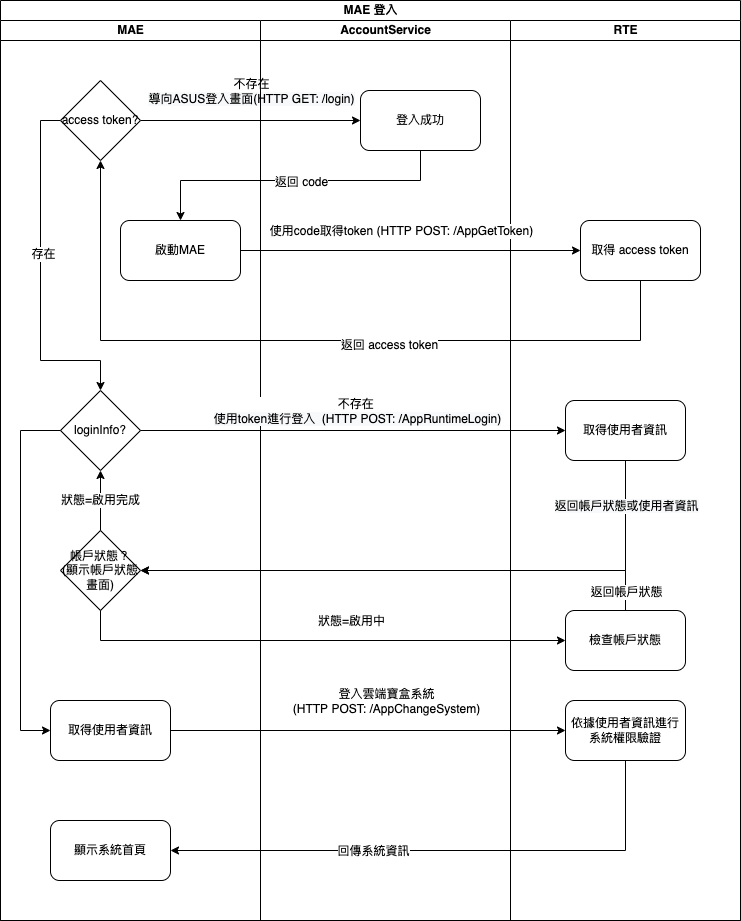
Above: asus/MAE/image/workflow_login.png in ArcareRD/sadocs (draw.io), before the change. Source tidied: cells renumbered, new cells last; positions are measured from the earlier drawing's top-left corner, leaving out a move shared by most shapes.
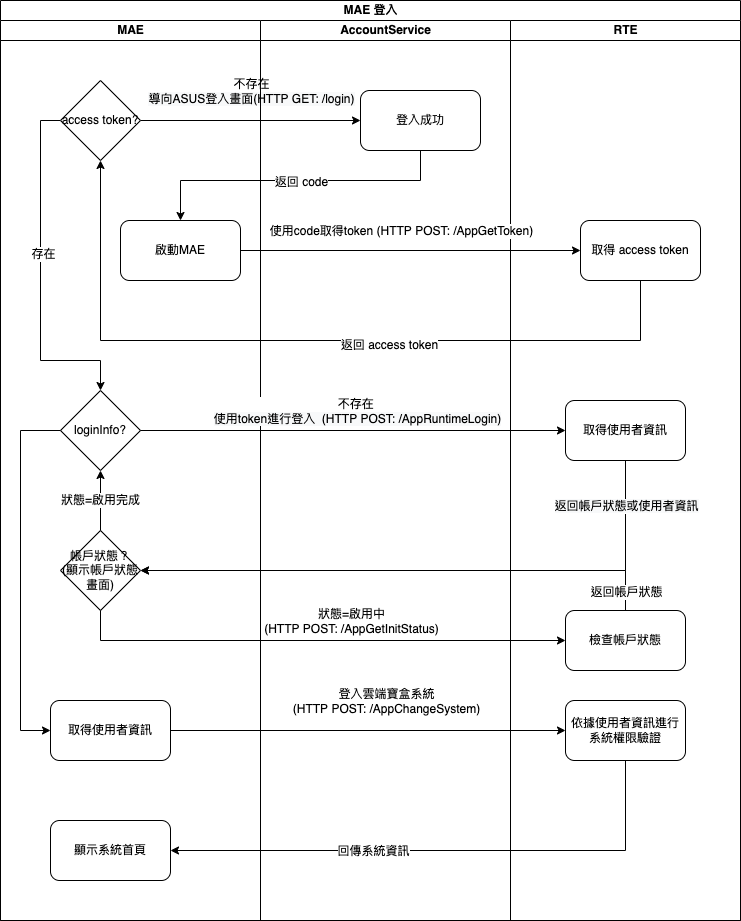
Above is the later version.

The edit, as a diff of the source:
```diff
@@ -111,7 +111,7 @@
     <mxCell id="29" style="edgeStyle=orthogonalEdgeStyle;rounded=0;jettySize=auto;html=1;exitX=0.5;exitY=1;exitDx=0;exitDy=0;" parent="2" edge="1" source="14" target="22">
       <mxGeometry relative="1" as="geometry" />
     </mxCell>
-    <mxCell id="30" value="狀態=啟用中" style="edgeLabel;html=1;align=center;verticalAlign=middle;" parent="29" vertex="1">
+    <mxCell id="30" value="狀態=啟用中&lt;br&gt;(HTTP POST: /AppGetInitStatus)" style="edgeLabel;html=1;align=center;verticalAlign=middle;" parent="29" vertex="1">
       <mxGeometry x="0.05" relative="1" as="geometry">
         <mxPoint x="20" y="-20" as="offset" />
       </mxGeometry>
```
